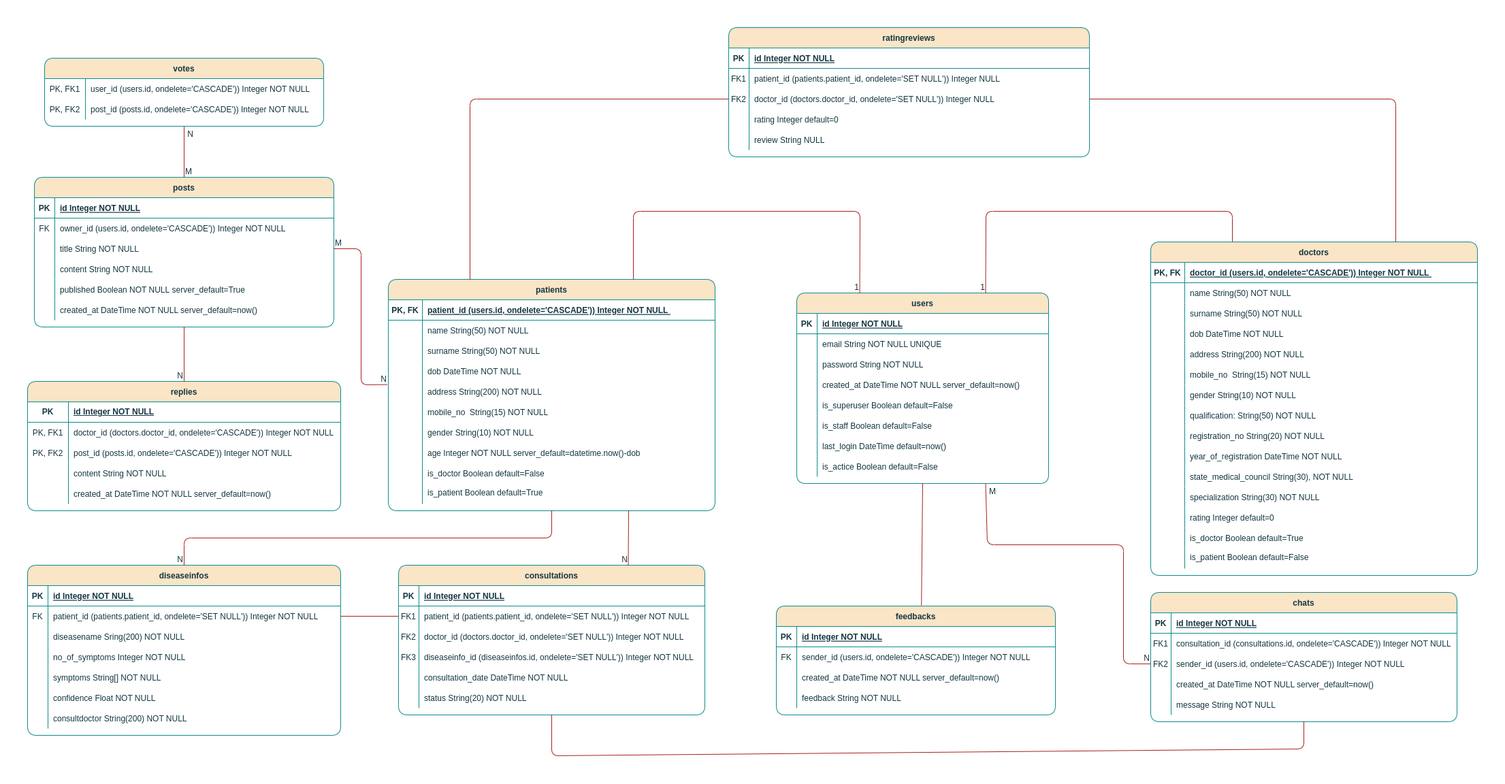
Above: project-diagramns/database-erd-diagramn-healthconnect.drawio.png in TebogoYungMercykay/Python_API_Development_Booth_FASTAPI (draw.io), before the change. Source tidied: cells renumbered, new cells last; positions are measured from the earlier drawing's top-left corner, leaving out a move shared by most shapes.
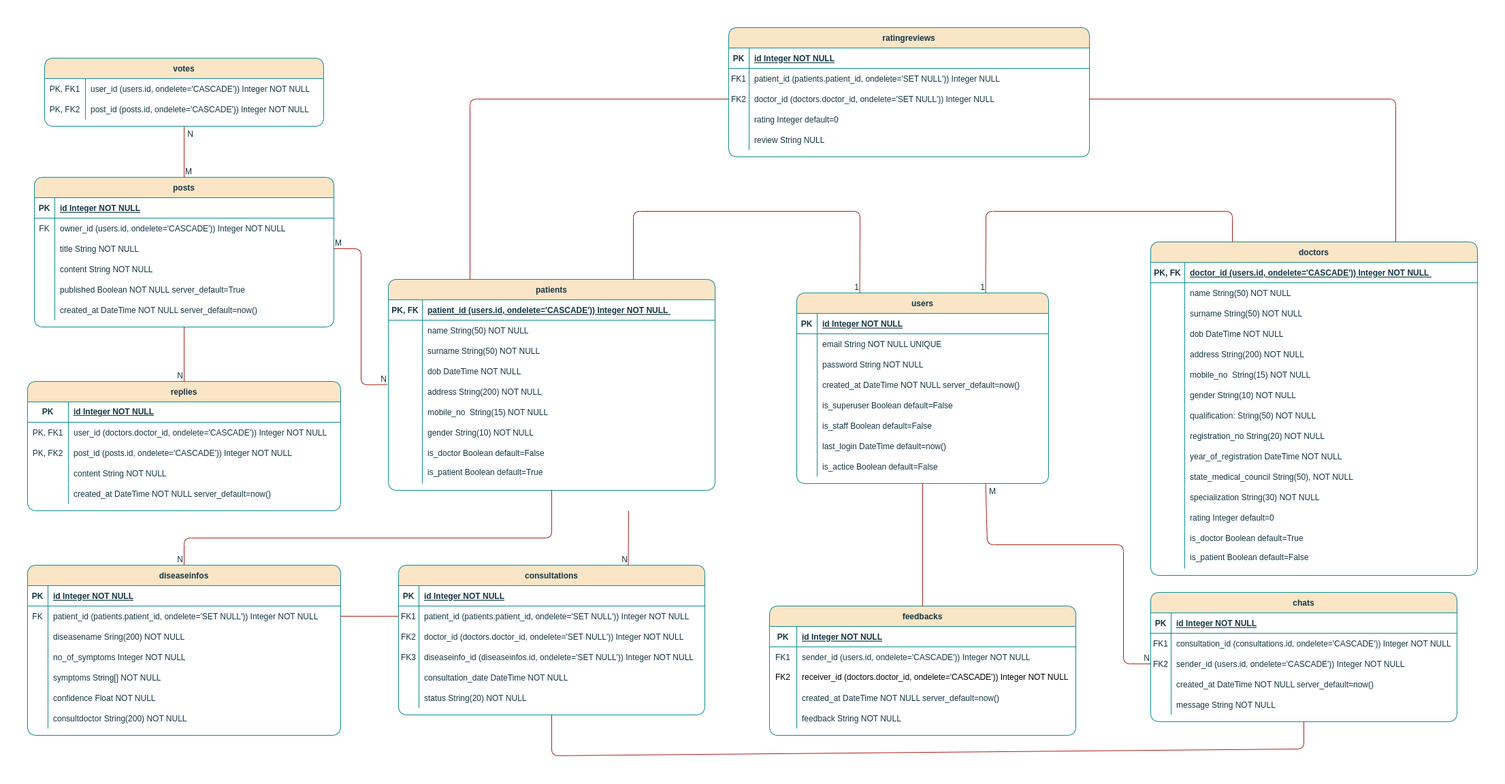
Later version of the same file.

Commit message:
Directory containing diagrams illustrating system architecture

What changed in the source:
```diff
@@ -78,43 +78,52 @@
       <mxGeometry x="30" width="340" height="30" as="geometry" />
     </mxCell>
     <mxCell id="27" value="feedbacks" style="shape=table;startSize=30;rowLines=0;fontStyle=1;align=center;labelBackgroundColor=none;fillColor=#FAE5C7;strokeColor=#0F8B8D;fontColor=#143642;rounded=1;" parent="1" vertex="1">
-      <mxGeometry x="1100" y="850" width="410" height="160" as="geometry" />
+      <mxGeometry x="1090" y="850" width="450" height="190" as="geometry" />
     </mxCell>
     <mxCell id="28" style="shape=partialRectangle;fillColor=none;top=0;left=0;right=0;bottom=1;labelBackgroundColor=none;strokeColor=#0F8B8D;fontColor=#143642;rounded=1;" parent="27" vertex="1">
-      <mxGeometry y="30" width="410" height="30" as="geometry" />
+      <mxGeometry y="30" width="450" height="30" as="geometry" />
     </mxCell>
     <mxCell id="29" value="PK" style="shape=partialRectangle;overflow=hidden;fillColor=none;top=0;left=0;bottom=0;right=0;fontStyle=1;labelBackgroundColor=none;strokeColor=#0F8B8D;fontColor=#143642;rounded=1;" parent="28" vertex="1">
-      <mxGeometry width="30" height="30" as="geometry" />
+      <mxGeometry width="40" height="30" as="geometry" />
     </mxCell>
     <mxCell id="30" value="id Integer NOT NULL" style="shape=partialRectangle;overflow=hidden;fillColor=none;top=0;left=0;bottom=0;right=0;align=left;spacingLeft=6;fontStyle=5;labelBackgroundColor=none;strokeColor=#0F8B8D;fontColor=#143642;rounded=1;" parent="28" vertex="1">
-      <mxGeometry x="30" width="380" height="30" as="geometry" />
+      <mxGeometry x="40" width="410" height="30" as="geometry" />
     </mxCell>
     <mxCell id="31" style="shape=partialRectangle;fillColor=none;top=0;left=0;right=0;bottom=0;labelBackgroundColor=none;strokeColor=#0F8B8D;fontColor=#143642;rounded=1;" parent="27" vertex="1">
-      <mxGeometry y="60" width="410" height="30" as="geometry" />
+      <mxGeometry y="60" width="450" height="30" as="geometry" />
     </mxCell>
-    <mxCell id="32" value="FK" style="shape=partialRectangle;overflow=hidden;fillColor=none;top=0;left=0;bottom=0;right=0;labelBackgroundColor=none;strokeColor=#0F8B8D;fontColor=#143642;rounded=1;" parent="31" vertex="1">
-      <mxGeometry width="30" height="30" as="geometry" />
+    <mxCell id="32" value="FK1" style="shape=partialRectangle;overflow=hidden;fillColor=none;top=0;left=0;bottom=0;right=0;labelBackgroundColor=none;strokeColor=#0F8B8D;fontColor=#143642;rounded=1;" parent="31" vertex="1">
+      <mxGeometry width="40" height="30" as="geometry" />
     </mxCell>
     <mxCell id="33" value="sender_id (users.id, ondelete='CASCADE')) Integer NOT NULL" style="shape=partialRectangle;overflow=hidden;fillColor=none;top=0;left=0;bottom=0;right=0;align=left;spacingLeft=6;labelBackgroundColor=none;strokeColor=#0F8B8D;fontColor=#143642;rounded=1;" parent="31" vertex="1">
-      <mxGeometry x="30" width="380" height="30" as="geometry" />
+      <mxGeometry x="40" width="410" height="30" as="geometry" />
     </mxCell>
+    <mxCell id="256" style="shape=tableRow;horizontal=0;startSize=0;swimlaneHead=0;swimlaneBody=0;fillColor=none;top=0;left=0;right=0;bottom=0;" parent="27" vertex="1">
+      <mxGeometry y="90" width="450" height="30" as="geometry" />
+    </mxCell>
+    <mxCell id="257" value="FK2" style="shape=partialRectangle;fillColor=none;top=0;left=0;bottom=0;right=0;fontStyle=0;overflow=hidden;whiteSpace=wrap;html=1;" parent="256" vertex="1">
+      <mxGeometry width="40" height="30" as="geometry" />
+    </mxCell>
+    <mxCell id="258" value="receiver_id&amp;nbsp;(doctors.doctor_id, ondelete='CASCADE')) Integer NOT NULL" style="shape=partialRectangle;fillColor=none;top=0;left=0;bottom=0;right=0;align=left;spacingLeft=6;fontStyle=0;overflow=hidden;whiteSpace=wrap;html=1;" parent="256" vertex="1">
+      <mxGeometry x="40" width="410" height="30" as="geometry" />
+    </mxCell>
     <mxCell id="34" style="shape=partialRectangle;fillColor=none;top=0;left=0;right=0;bottom=0;labelBackgroundColor=none;strokeColor=#0F8B8D;fontColor=#143642;rounded=1;" parent="27" vertex="1">
-      <mxGeometry y="90" width="410" height="30" as="geometry" />
+      <mxGeometry y="120" width="450" height="30" as="geometry" />
     </mxCell>
     <mxCell id="35" style="shape=partialRectangle;overflow=hidden;fillColor=none;top=0;left=0;bottom=0;right=0;labelBackgroundColor=none;strokeColor=#0F8B8D;fontColor=#143642;rounded=1;" parent="34" vertex="1">
-      <mxGeometry width="30" height="30" as="geometry" />
+      <mxGeometry width="40" height="30" as="geometry" />
     </mxCell>
     <mxCell id="36" value="created_at DateTime NOT NULL server_default=now() " style="shape=partialRectangle;overflow=hidden;fillColor=none;top=0;left=0;bottom=0;right=0;align=left;spacingLeft=6;labelBackgroundColor=none;strokeColor=#0F8B8D;fontColor=#143642;rounded=1;" parent="34" vertex="1">
-      <mxGeometry x="30" width="380" height="30" as="geometry" />
+      <mxGeometry x="40" width="410" height="30" as="geometry" />
     </mxCell>
     <mxCell id="37" style="shape=tableRow;horizontal=0;startSize=0;swimlaneHead=0;swimlaneBody=0;fillColor=none;top=0;left=0;right=0;bottom=0;rounded=1;strokeColor=#0F8B8D;fontColor=#143642;labelBackgroundColor=none;" parent="27" vertex="1">
-      <mxGeometry y="120" width="410" height="30" as="geometry" />
+      <mxGeometry y="150" width="450" height="30" as="geometry" />
     </mxCell>
     <mxCell id="38" style="shape=partialRectangle;fillColor=none;top=0;left=0;bottom=0;right=0;overflow=hidden;rounded=1;strokeColor=#0F8B8D;fontColor=#143642;labelBackgroundColor=none;" parent="37" vertex="1">
-      <mxGeometry width="30" height="30" as="geometry" />
+      <mxGeometry width="40" height="30" as="geometry" />
     </mxCell>
     <mxCell id="39" value="feedback String NOT NULL" style="shape=partialRectangle;fillColor=none;top=0;left=0;bottom=0;right=0;align=left;spacingLeft=6;overflow=hidden;rounded=1;strokeColor=#0F8B8D;fontColor=#143642;labelBackgroundColor=none;" parent="37" vertex="1">
-      <mxGeometry x="30" width="380" height="30" as="geometry" />
+      <mxGeometry x="40" width="410" height="30" as="geometry" />
     </mxCell>
     <mxCell id="40" value="chats" style="shape=table;startSize=30;rowLines=0;fontStyle=1;align=center;labelBackgroundColor=none;fillColor=#FAE5C7;strokeColor=#0F8B8D;fontColor=#143642;rounded=1;" parent="1" vertex="1">
       <mxGeometry x="1650" y="830" width="450" height="190" as="geometry" />
@@ -464,7 +473,7 @@
     <mxCell id="155" style="shape=partialRectangle;fillColor=none;top=0;left=0;bottom=0;right=0;overflow=hidden;labelBackgroundColor=none;strokeColor=#0F8B8D;fontColor=#143642;rounded=1;" parent="154" vertex="1">
       <mxGeometry width="50" height="30" as="geometry" />
     </mxCell>
-    <mxCell id="156" value="state_medical_council String(30), NOT NULL" style="shape=partialRectangle;fillColor=none;top=0;left=0;bottom=0;right=0;align=left;spacingLeft=6;overflow=hidden;labelBackgroundColor=none;strokeColor=#0F8B8D;fontColor=#143642;rounded=1;" parent="154" vertex="1">
+    <mxCell id="156" value="state_medical_council String(50), NOT NULL" style="shape=partialRectangle;fillColor=none;top=0;left=0;bottom=0;right=0;align=left;spacingLeft=6;overflow=hidden;labelBackgroundColor=none;strokeColor=#0F8B8D;fontColor=#143642;rounded=1;" parent="154" vertex="1">
       <mxGeometry x="50" width="430" height="30" as="geometry" />
     </mxCell>
     <mxCell id="157" style="shape=tableRow;horizontal=0;startSize=0;swimlaneHead=0;swimlaneBody=0;fillColor=none;top=0;left=0;right=0;bottom=0;labelBackgroundColor=none;strokeColor=#0F8B8D;fontColor=#143642;rounded=1;" parent="123" vertex="1">
@@ -504,7 +513,7 @@
       <mxGeometry x="50" width="430" height="30" as="geometry" />
     </mxCell>
     <mxCell id="169" value="patients" style="shape=table;startSize=30;rowLines=0;fontStyle=1;align=center;labelBackgroundColor=none;fillColor=#FAE5C7;strokeColor=#0F8B8D;fontColor=#143642;rounded=1;" parent="1" vertex="1">
-      <mxGeometry x="530" y="370" width="480" height="340" as="geometry" />
+      <mxGeometry x="530" y="370" width="480" height="310" as="geometry" />
     </mxCell>
     <mxCell id="170" style="shape=partialRectangle;fillColor=none;top=0;left=0;right=0;bottom=1;labelBackgroundColor=none;strokeColor=#0F8B8D;fontColor=#143642;rounded=1;" parent="169" vertex="1">
       <mxGeometry y="30" width="480" height="30" as="geometry" />
@@ -569,17 +578,8 @@
     <mxCell id="190" value="gender String(10) NOT NULL" style="shape=partialRectangle;fillColor=none;top=0;left=0;bottom=0;right=0;align=left;spacingLeft=6;overflow=hidden;labelBackgroundColor=none;strokeColor=#0F8B8D;fontColor=#143642;rounded=1;" parent="188" vertex="1">
       <mxGeometry x="50" width="430" height="30" as="geometry" />
     </mxCell>
-    <mxCell id="191" style="shape=tableRow;horizontal=0;startSize=0;swimlaneHead=0;swimlaneBody=0;fillColor=none;top=0;left=0;right=0;bottom=0;labelBackgroundColor=none;strokeColor=#0F8B8D;fontColor=#143642;rounded=1;" parent="169" vertex="1">
-      <mxGeometry y="240" width="480" height="30" as="geometry" />
-    </mxCell>
-    <mxCell id="192" style="shape=partialRectangle;fillColor=none;top=0;left=0;bottom=0;right=0;overflow=hidden;labelBackgroundColor=none;strokeColor=#0F8B8D;fontColor=#143642;rounded=1;" parent="191" vertex="1">
-      <mxGeometry width="50" height="30" as="geometry" />
-    </mxCell>
-    <mxCell id="193" value="age Integer NOT NULL server_default=datetime.now()-dob" style="shape=partialRectangle;fillColor=none;top=0;left=0;bottom=0;right=0;align=left;spacingLeft=6;overflow=hidden;labelBackgroundColor=none;strokeColor=#0F8B8D;fontColor=#143642;rounded=1;" parent="191" vertex="1">
-      <mxGeometry x="50" width="430" height="30" as="geometry" />
-    </mxCell>
     <mxCell id="194" style="shape=partialRectangle;fillColor=none;top=0;left=0;right=0;bottom=0;labelBackgroundColor=none;strokeColor=#0F8B8D;fontColor=#143642;rounded=1;" parent="169" vertex="1">
-      <mxGeometry y="270" width="480" height="30" as="geometry" />
+      <mxGeometry y="240" width="480" height="30" as="geometry" />
     </mxCell>
     <mxCell id="195" style="shape=partialRectangle;overflow=hidden;fillColor=none;top=0;left=0;bottom=0;right=0;labelBackgroundColor=none;strokeColor=#0F8B8D;fontColor=#143642;rounded=1;" parent="194" vertex="1">
       <mxGeometry width="50" height="30" as="geometry" />
@@ -588,7 +588,7 @@
       <mxGeometry x="50" width="430" height="30" as="geometry" />
     </mxCell>
     <mxCell id="197" style="shape=tableRow;horizontal=0;startSize=0;swimlaneHead=0;swimlaneBody=0;fillColor=none;top=0;left=0;right=0;bottom=0;labelBackgroundColor=none;strokeColor=#0F8B8D;fontColor=#143642;rounded=1;" parent="169" vertex="1">
-      <mxGeometry y="300" width="480" height="30" as="geometry" />
+      <mxGeometry y="270" width="480" height="30" as="geometry" />
     </mxCell>
     <mxCell id="198" style="shape=partialRectangle;fillColor=none;top=0;left=0;bottom=0;right=0;overflow=hidden;labelBackgroundColor=none;strokeColor=#0F8B8D;fontColor=#143642;rounded=1;" parent="197" vertex="1">
       <mxGeometry width="50" height="30" as="geometry" />
@@ -683,7 +683,7 @@
     <mxCell id="220" value="PK, FK1" style="shape=partialRectangle;overflow=hidden;fillColor=none;top=0;left=0;bottom=0;right=0;labelBackgroundColor=none;strokeColor=#0F8B8D;fontColor=#143642;rounded=1;" parent="219" vertex="1">
       <mxGeometry width="60" height="30" as="geometry" />
     </mxCell>
-    <mxCell id="221" value="doctor_id (doctors.doctor_id, ondelete='CASCADE')) Integer NOT NULL " style="shape=partialRectangle;overflow=hidden;fillColor=none;top=0;left=0;bottom=0;right=0;align=left;spacingLeft=6;labelBackgroundColor=none;strokeColor=#0F8B8D;fontColor=#143642;rounded=1;" parent="219" vertex="1">
+    <mxCell id="221" value="user_id (doctors.doctor_id, ondelete='CASCADE')) Integer NOT NULL " style="shape=partialRectangle;overflow=hidden;fillColor=none;top=0;left=0;bottom=0;right=0;align=left;spacingLeft=6;labelBackgroundColor=none;strokeColor=#0F8B8D;fontColor=#143642;rounded=1;" parent="219" vertex="1">
       <mxGeometry x="60" width="400" height="30" as="geometry" />
     </mxCell>
     <mxCell id="222" style="shape=partialRectangle;fillColor=none;top=0;left=0;right=0;bottom=0;labelBackgroundColor=none;strokeColor=#0F8B8D;fontColor=#143642;rounded=1;" parent="215" vertex="1">
@@ -798,7 +798,7 @@
         </Array>
       </mxGeometry>
     </mxCell>
-    <mxCell id="254" style="endArrow=none;html=1;rounded=1;strokeColor=#A8201A;fontColor=default;fillColor=#FAE5C7;entryX=0.52;entryY=-0.006;entryDx=0;entryDy=0;labelBackgroundColor=none;entryPerimeter=0;exitX=0.5;exitY=1;exitDx=0;exitDy=0;" parent="1" edge="1" source="2" target="27">
+    <mxCell id="254" style="endArrow=none;html=1;rounded=1;strokeColor=#A8201A;fontColor=default;fillColor=#FAE5C7;entryX=0.5;entryY=0;entryDx=0;entryDy=0;labelBackgroundColor=none;exitX=0.5;exitY=1;exitDx=0;exitDy=0;" parent="1" edge="1" source="2" target="27">
       <mxGeometry relative="1" as="geometry" />
     </mxCell>
     <mxCell id="255" style="endArrow=none;html=1;rounded=1;strokeColor=#A8201A;fontColor=default;fillColor=#FAE5C7;exitX=0.5;exitY=1;exitDx=0;exitDy=0;entryX=0.5;entryY=1;entryDx=0;entryDy=0;labelBackgroundColor=none;" parent="1" edge="1" source="56" target="40">
```
